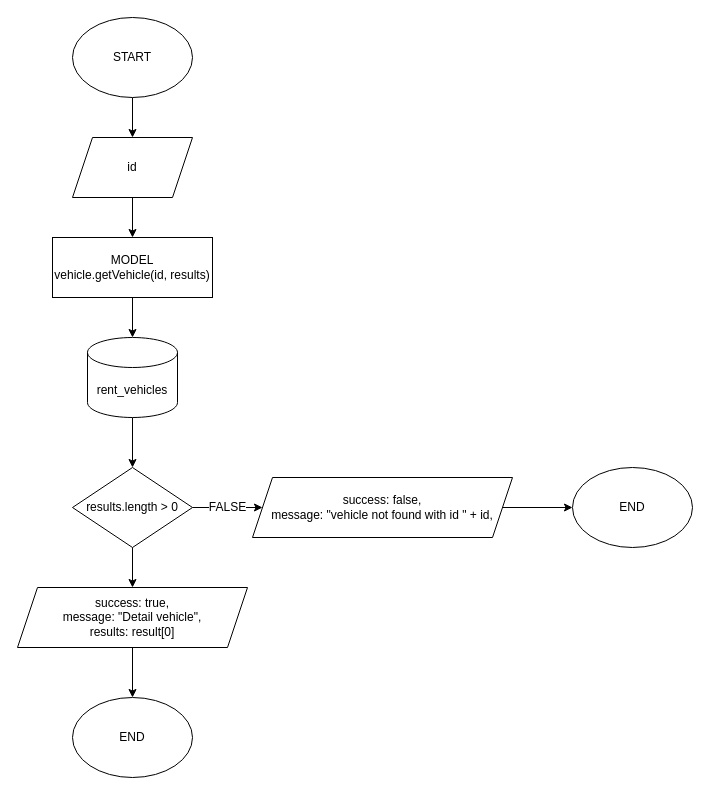
Before: page "vehicles by id" (3 of 6) of flowchart/vehicles.drawio in rintosaputro/fw5-backend-beginner, a draw.io diagram. Source tidied: cells renumbered, new cells numbered last; positions are measured from the earlier drawing's top-left corner, leaving out a move shared by most shapes. Both pictures are drawn from the tidied source at 100%, with x=0, y=0 at pixel (17, 17).
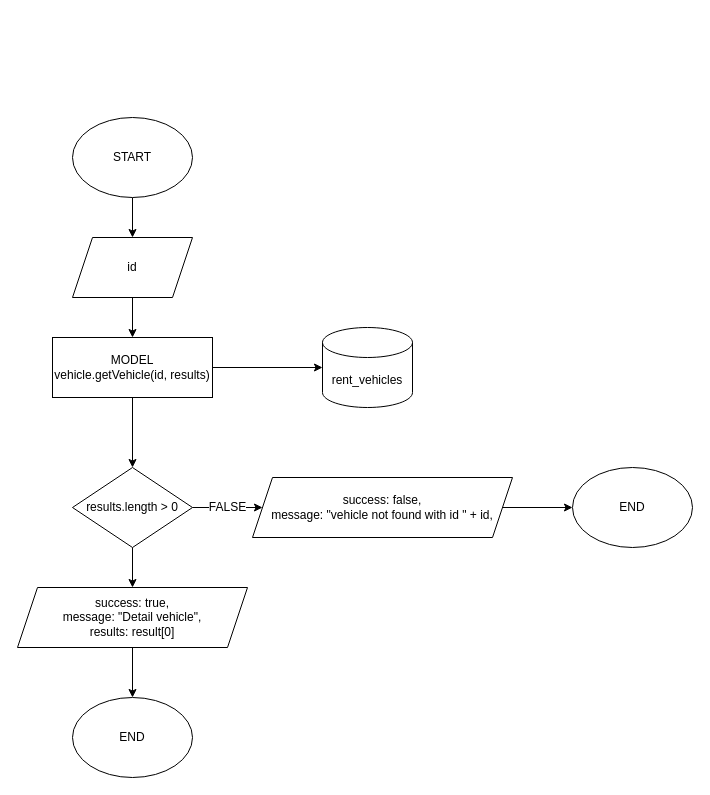
The same diagram, later.

Change to the diagram source:
```diff
@@
 <mxGraphModel>
   <root>
     <mxCell id="0" />
     <mxCell id="1" parent="0" />
     <mxCell id="2" style="edgeStyle=orthogonalEdgeStyle;rounded=0;jettySize=auto;html=1;fontSize=12;" parent="1" edge="1" source="3" target="5">
       <mxGeometry relative="1" as="geometry" />
     </mxCell>
     <mxCell id="3" value="START" style="ellipse;whiteSpace=wrap;html=1;fontSize=12;" parent="1" vertex="1">
-      <mxGeometry x="55" width="120" height="80" as="geometry" />
+      <mxGeometry x="55" y="100" width="120" height="80" as="geometry" />
     </mxCell>
     <mxCell id="4" style="edgeStyle=orthogonalEdgeStyle;rounded=0;jettySize=auto;html=1;fontSize=12;" parent="1" edge="1" source="5" target="7">
       <mxGeometry relative="1" as="geometry" />
     </mxCell>
     <mxCell id="5" value="id" style="shape=parallelogram;perimeter=parallelogramPerimeter;whiteSpace=wrap;html=1;fixedSize=1;fontSize=12;" parent="1" vertex="1">
-      <mxGeometry x="55" y="120" width="120" height="60" as="geometry" />
+      <mxGeometry x="55" y="220" width="120" height="60" as="geometry" />
     </mxCell>
     <mxCell id="6" style="edgeStyle=orthogonalEdgeStyle;rounded=0;jettySize=auto;html=1;fontSize=12;" parent="1" edge="1" source="7" target="9">
       <mxGeometry relative="1" as="geometry" />
     </mxCell>
+    <mxCell id="19" style="edgeStyle=orthogonalEdgeStyle;rounded=0;jettySize=auto;html=1;fontSize=12;" parent="1" edge="1" source="7" target="12">
+      <mxGeometry relative="1" as="geometry" />
+    </mxCell>
     <mxCell id="7" value="MODEL&lt;br&gt;vehicle.getVehicle(id, results)" style="rounded=0;whiteSpace=wrap;html=1;fontSize=12;" parent="1" vertex="1">
-      <mxGeometry x="35" y="220" width="160" height="60" as="geometry" />
+      <mxGeometry x="35" y="320" width="160" height="60" as="geometry" />
     </mxCell>
-    <mxCell id="8" style="edgeStyle=orthogonalEdgeStyle;rounded=0;jettySize=auto;html=1;fontSize=12;" parent="1" edge="1" source="9" target="12">
-      <mxGeometry relative="1" as="geometry" />
-    </mxCell>
     <mxCell id="9" value="rent_vehicles" style="shape=cylinder3;whiteSpace=wrap;html=1;boundedLbl=1;backgroundOutline=1;size=15;fontSize=12;" parent="1" vertex="1">
-      <mxGeometry x="70" y="320" width="90" height="80" as="geometry" />
+      <mxGeometry x="305" y="310" width="90" height="80" as="geometry" />
     </mxCell>
     <mxCell id="10" value="FALSE" style="edgeStyle=orthogonalEdgeStyle;rounded=0;jettySize=auto;html=1;fontSize=12;" parent="1" edge="1" source="12" target="14">
       <mxGeometry relative="1" as="geometry" />
     </mxCell>
     <mxCell id="11" style="edgeStyle=orthogonalEdgeStyle;rounded=0;jettySize=auto;html=1;fontSize=12;" parent="1" edge="1" source="12" target="17">
       <mxGeometry relative="1" as="geometry" />
     </mxCell>
     <mxCell id="12" value="results.length &amp;gt; 0" style="rhombus;whiteSpace=wrap;html=1;fontSize=12;" parent="1" vertex="1">
       <mxGeometry x="55" y="450" width="120" height="80" as="geometry" />
     </mxCell>
     <mxCell id="13" style="edgeStyle=orthogonalEdgeStyle;rounded=0;jettySize=auto;html=1;fontSize=12;" parent="1" edge="1" source="14" target="15">
       <mxGeometry relative="1" as="geometry" />
     </mxCell>
     <mxCell id="14" value="success: false,&lt;br&gt;message: &quot;vehicle not found with id &quot; + id," style="shape=parallelogram;perimeter=parallelogramPerimeter;whiteSpace=wrap;html=1;fixedSize=1;fontSize=12;" parent="1" vertex="1">
       <mxGeometry x="235" y="460" width="260" height="60" as="geometry" />
     </mxCell>
     <mxCell id="15" value="END" style="ellipse;whiteSpace=wrap;html=1;fontSize=12;" parent="1" vertex="1">
       <mxGeometry x="555" y="450" width="120" height="80" as="geometry" />
     </mxCell>
     <mxCell id="16" style="edgeStyle=orthogonalEdgeStyle;rounded=0;jettySize=auto;html=1;fontSize=12;" parent="1" edge="1" source="17" target="18">
       <mxGeometry relative="1" as="geometry" />
     </mxCell>
     <mxCell id="17" value="success: true,&lt;br&gt;message: &quot;Detail vehicle&quot;,&lt;br&gt;results: result[0]" style="shape=parallelogram;perimeter=parallelogramPerimeter;whiteSpace=wrap;html=1;fixedSize=1;fontSize=12;" parent="1" vertex="1">
       <mxGeometry y="570" width="230" height="60" as="geometry" />
     </mxCell>
     <mxCell id="18" value="END" style="ellipse;whiteSpace=wrap;html=1;fontSize=12;" parent="1" vertex="1">
       <mxGeometry x="55" y="680" width="120" height="80" as="geometry" />
     </mxCell>
   </root>
 </mxGraphModel>
```
